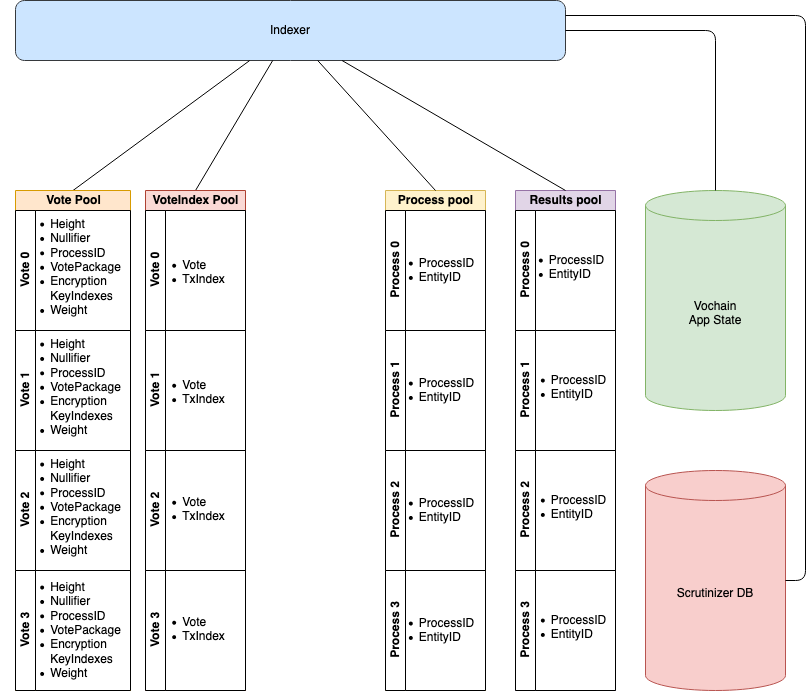
Earlier version of the draw.io export docs/indexer-comp.png (vocdoni/design). Source tidied: cells renumbered, new cells last; positions are measured from the earlier drawing's top-left corner, leaving out a move shared by most shapes.
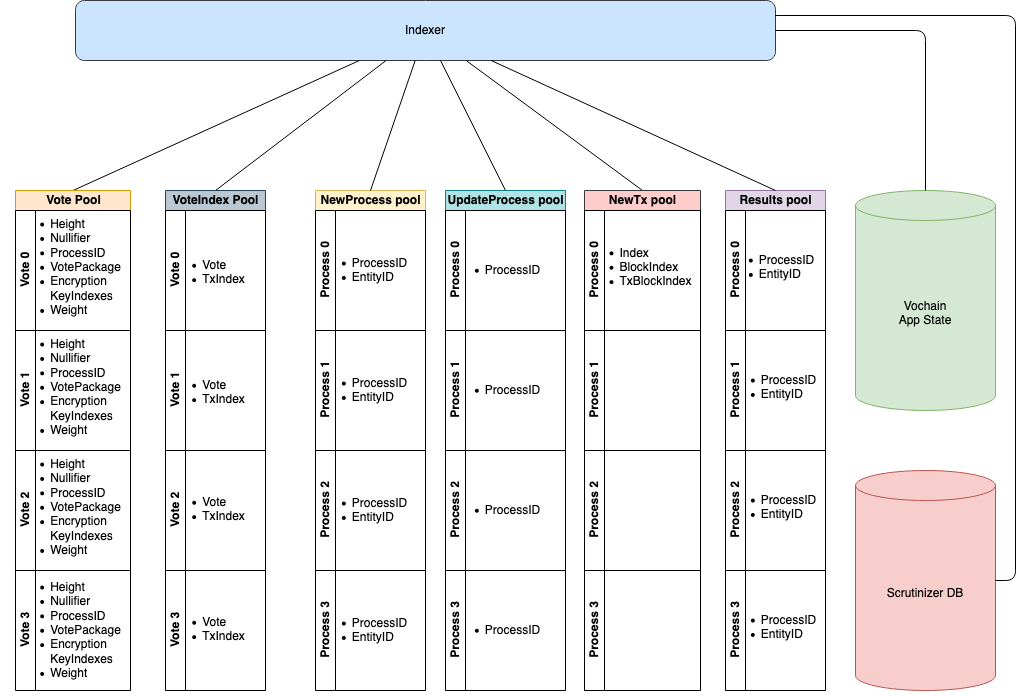
After the change.

The edit, as a diff of the source:
```diff
@@ -8,32 +8,32 @@
     <mxCell id="3" value="Scrutinizer DB" style="shape=cylinder3;whiteSpace=wrap;html=1;boundedLbl=1;backgroundOutline=1;size=15;fillColor=#f8cecc;strokeColor=#b85450;" parent="1" vertex="1">
       <mxGeometry x="645" y="470" width="140" height="220" as="geometry" />
     </mxCell>
-    <mxCell id="4" value="Process pool" style="swimlane;html=1;horizontal=1;startSize=20;fillColor=#fff2cc;strokeColor=#d6b656;" parent="1" vertex="1">
-      <mxGeometry x="385" y="190" width="100" height="500" as="geometry" />
+    <mxCell id="4" value="NewProcess pool" style="swimlane;html=1;horizontal=1;startSize=20;fillColor=#fff2cc;strokeColor=#d6b656;" parent="1" vertex="1">
+      <mxGeometry x="105" y="190" width="110" height="500" as="geometry" />
     </mxCell>
     <mxCell id="5" value="Process 0" style="swimlane;html=1;startSize=20;horizontal=0;" parent="4" vertex="1">
-      <mxGeometry y="20" width="100" height="120" as="geometry" />
+      <mxGeometry y="20" width="110" height="120" as="geometry" />
     </mxCell>
     <mxCell id="6" value="&lt;div&gt;&lt;ul&gt;&lt;li&gt;ProcessID&lt;/li&gt;&lt;li&gt;&lt;div align=&quot;justify&quot;&gt;EntityID&lt;/div&gt;&lt;/li&gt;&lt;/ul&gt;&lt;/div&gt;" style="text;html=1;align=center;verticalAlign=middle;" parent="5" vertex="1">
-      <mxGeometry x="-14" y="30" width="110" height="60" as="geometry" />
+      <mxGeometry x="-11" y="30" width="110" height="60" as="geometry" />
     </mxCell>
     <mxCell id="7" value="Process 1" style="swimlane;html=1;startSize=20;horizontal=0;" parent="4" vertex="1">
-      <mxGeometry y="140" width="100" height="120" as="geometry" />
+      <mxGeometry y="140" width="110" height="120" as="geometry" />
     </mxCell>
     <mxCell id="8" value="&lt;div&gt;&lt;ul&gt;&lt;li&gt;ProcessID&lt;/li&gt;&lt;li&gt;&lt;div align=&quot;justify&quot;&gt;EntityID&lt;/div&gt;&lt;/li&gt;&lt;/ul&gt;&lt;/div&gt;" style="text;html=1;align=center;verticalAlign=middle;" parent="7" vertex="1">
-      <mxGeometry x="-14" y="30" width="110" height="60" as="geometry" />
+      <mxGeometry x="-11" y="30" width="110" height="60" as="geometry" />
     </mxCell>
     <mxCell id="9" value="Process 2" style="swimlane;html=1;startSize=20;horizontal=0;" parent="4" vertex="1">
-      <mxGeometry y="260" width="100" height="120" as="geometry" />
+      <mxGeometry y="260" width="110" height="120" as="geometry" />
     </mxCell>
     <mxCell id="10" value="&lt;div&gt;&lt;ul&gt;&lt;li&gt;ProcessID&lt;/li&gt;&lt;li&gt;&lt;div align=&quot;justify&quot;&gt;EntityID&lt;/div&gt;&lt;/li&gt;&lt;/ul&gt;&lt;/div&gt;" style="text;html=1;align=center;verticalAlign=middle;" parent="9" vertex="1">
-      <mxGeometry x="-14" y="30" width="110" height="60" as="geometry" />
+      <mxGeometry x="-11" y="30" width="110" height="60" as="geometry" />
     </mxCell>
     <mxCell id="11" value="Process 3" style="swimlane;html=1;startSize=20;horizontal=0;" parent="4" vertex="1">
-      <mxGeometry y="380" width="100" height="120" as="geometry" />
+      <mxGeometry y="380" width="110" height="120" as="geometry" />
     </mxCell>
     <mxCell id="12" value="&lt;div&gt;&lt;ul&gt;&lt;li&gt;ProcessID&lt;/li&gt;&lt;li&gt;&lt;div align=&quot;justify&quot;&gt;EntityID&lt;/div&gt;&lt;/li&gt;&lt;/ul&gt;&lt;/div&gt;" style="text;html=1;align=center;verticalAlign=middle;" parent="11" vertex="1">
-      <mxGeometry x="-14" y="30" width="110" height="60" as="geometry" />
+      <mxGeometry x="-11" y="30" width="110" height="60" as="geometry" />
     </mxCell>
     <mxCell id="13" value="Results pool" style="swimlane;html=1;horizontal=1;startSize=20;fillColor=#e1d5e7;strokeColor=#9673a6;" parent="1" vertex="1">
       <mxGeometry x="515" y="190" width="100" height="500" as="geometry" />
@@ -63,7 +63,7 @@
       <mxGeometry x="-12" y="27" width="110" height="60" as="geometry" />
     </mxCell>
     <mxCell id="22" value="Indexer" style="rounded=1;whiteSpace=wrap;html=1;fillColor=#cce5ff;strokeColor=#36393d;" parent="1" vertex="1">
-      <mxGeometry x="15" width="550" height="60" as="geometry" />
+      <mxGeometry x="-135" width="700" height="60" as="geometry" />
     </mxCell>
     <mxCell id="23" style="endArrow=none;html=1;entryX=0.5;entryY=0;entryDx=0;entryDy=0;" parent="1" edge="1" source="22" target="4">
       <mxGeometry relative="1" as="geometry" />
@@ -84,38 +84,11 @@
         </Array>
       </mxGeometry>
     </mxCell>
-    <mxCell id="28" value="Vote Pool" style="swimlane;html=1;horizontal=1;startSize=20;fillColor=#ffe6cc;strokeColor=#d79b00;" parent="1" vertex="1">
-      <mxGeometry x="15" y="190" width="115" height="500" as="geometry" />
-    </mxCell>
-    <mxCell id="29" value="Vote 0" style="swimlane;html=1;startSize=20;horizontal=0;" parent="28" vertex="1">
-      <mxGeometry y="20" width="115" height="120" as="geometry" />
-    </mxCell>
-    <mxCell id="30" value="&lt;div align=&quot;justify&quot;&gt;&lt;ul&gt;&lt;li&gt;Height&lt;/li&gt;&lt;li&gt;Nullifier&lt;/li&gt;&lt;li&gt;ProcessID&lt;/li&gt;&lt;li&gt;VotePackage&lt;/li&gt;&lt;li&gt;Encryption &lt;br&gt;KeyIndexes&lt;/li&gt;&lt;li&gt;Weight&lt;/li&gt;&lt;/ul&gt;&lt;/div&gt;" style="text;html=1;align=center;verticalAlign=middle;" parent="29" vertex="1">
-      <mxGeometry x="-15" y="-8" width="130" height="130" as="geometry" />
-    </mxCell>
-    <mxCell id="31" value="Vote 1" style="swimlane;html=1;startSize=20;horizontal=0;" parent="28" vertex="1">
-      <mxGeometry y="140" width="115" height="120" as="geometry" />
-    </mxCell>
-    <mxCell id="32" value="&lt;div align=&quot;justify&quot;&gt;&lt;ul&gt;&lt;li&gt;Height&lt;/li&gt;&lt;li&gt;Nullifier&lt;/li&gt;&lt;li&gt;ProcessID&lt;/li&gt;&lt;li&gt;VotePackage&lt;/li&gt;&lt;li&gt;Encryption &lt;br&gt;KeyIndexes&lt;/li&gt;&lt;li&gt;Weight&lt;/li&gt;&lt;/ul&gt;&lt;/div&gt;" style="text;html=1;align=center;verticalAlign=middle;" parent="31" vertex="1">
-      <mxGeometry x="-15" y="-8" width="130" height="130" as="geometry" />
-    </mxCell>
-    <mxCell id="33" value="Vote 2" style="swimlane;html=1;startSize=20;horizontal=0;" parent="28" vertex="1">
-      <mxGeometry y="260" width="115" height="120" as="geometry" />
-    </mxCell>
-    <mxCell id="34" value="&lt;div align=&quot;justify&quot;&gt;&lt;ul&gt;&lt;li&gt;Height&lt;/li&gt;&lt;li&gt;Nullifier&lt;/li&gt;&lt;li&gt;ProcessID&lt;/li&gt;&lt;li&gt;VotePackage&lt;/li&gt;&lt;li&gt;Encryption &lt;br&gt;KeyIndexes&lt;/li&gt;&lt;li&gt;Weight&lt;/li&gt;&lt;/ul&gt;&lt;/div&gt;" style="text;html=1;align=center;verticalAlign=middle;" parent="33" vertex="1">
-      <mxGeometry x="-15" y="-8" width="130" height="130" as="geometry" />
-    </mxCell>
-    <mxCell id="35" value="Vote 3" style="swimlane;html=1;startSize=20;horizontal=0;" parent="28" vertex="1">
-      <mxGeometry y="380" width="115" height="120" as="geometry" />
-    </mxCell>
-    <mxCell id="36" value="&lt;div align=&quot;justify&quot;&gt;&lt;ul&gt;&lt;li&gt;Height&lt;/li&gt;&lt;li&gt;Nullifier&lt;/li&gt;&lt;li&gt;ProcessID&lt;/li&gt;&lt;li&gt;VotePackage&lt;/li&gt;&lt;li&gt;Encryption &lt;br&gt;KeyIndexes&lt;/li&gt;&lt;li&gt;Weight&lt;/li&gt;&lt;/ul&gt;&lt;/div&gt;" style="text;html=1;align=center;verticalAlign=middle;" parent="35" vertex="1">
-      <mxGeometry x="-15" y="-5" width="130" height="130" as="geometry" />
-    </mxCell>
     <mxCell id="37" style="rounded=0;jettySize=auto;html=1;exitX=0.5;exitY=0;exitDx=0;exitDy=0;endArrow=none;endFill=0;" parent="1" edge="1" source="38" target="22">
       <mxGeometry relative="1" as="geometry" />
     </mxCell>
-    <mxCell id="38" value="VoteIndex Pool" style="swimlane;html=1;horizontal=1;startSize=20;fillColor=#fad9d5;strokeColor=#ae4132;" parent="1" vertex="1">
-      <mxGeometry x="145" y="190" width="100" height="500" as="geometry" />
+    <mxCell id="38" value="VoteIndex Pool" style="swimlane;html=1;horizontal=1;startSize=20;fillColor=#bac8d3;strokeColor=#23445d;" parent="1" vertex="1">
+      <mxGeometry x="-45" y="190" width="100" height="500" as="geometry" />
     </mxCell>
     <mxCell id="39" value="Vote 0" style="swimlane;html=1;startSize=20;horizontal=0;" parent="38" vertex="1">
       <mxGeometry y="20" width="100" height="120" as="geometry" />
@@ -141,5 +114,83 @@
     <mxCell id="46" value="&lt;div align=&quot;justify&quot;&gt;&lt;br&gt;&lt;/div&gt;&lt;div align=&quot;justify&quot;&gt;&lt;ul&gt;&lt;li&gt;Vote&lt;/li&gt;&lt;li&gt;&lt;div&gt;TxIndex&lt;br&gt;&lt;/div&gt;&lt;/li&gt;&lt;/ul&gt;&lt;/div&gt;" style="text;html=1;align=center;verticalAlign=middle;" parent="45" vertex="1">
       <mxGeometry x="-12" y="17" width="100" height="70" as="geometry" />
     </mxCell>
+    <mxCell id="47" style="edgeStyle=none;rounded=0;jettySize=auto;html=1;exitX=0.5;exitY=0;exitDx=0;exitDy=0;endArrow=none;endFill=0;" parent="1" edge="1" source="48" target="22">
+      <mxGeometry relative="1" as="geometry" />
+    </mxCell>
+    <mxCell id="48" value="UpdateProcess pool" style="swimlane;html=1;horizontal=1;startSize=20;fillColor=#b0e3e6;strokeColor=#0e8088;" parent="1" vertex="1">
+      <mxGeometry x="235" y="190" width="120" height="500" as="geometry" />
+    </mxCell>
+    <mxCell id="49" value="Process 0" style="swimlane;html=1;startSize=20;horizontal=0;" parent="48" vertex="1">
+      <mxGeometry y="20" width="120" height="120" as="geometry" />
+    </mxCell>
+    <mxCell id="50" value="&lt;div&gt;&lt;ul&gt;&lt;li&gt;ProcessID&lt;/li&gt;&lt;/ul&gt;&lt;/div&gt;" style="text;html=1;align=center;verticalAlign=middle;" parent="49" vertex="1">
+      <mxGeometry x="-8" y="40" width="110" height="40" as="geometry" />
+    </mxCell>
+    <mxCell id="51" value="Process 1" style="swimlane;html=1;startSize=20;horizontal=0;" parent="48" vertex="1">
+      <mxGeometry y="140" width="120" height="120" as="geometry" />
+    </mxCell>
+    <mxCell id="52" value="&lt;div&gt;&lt;ul&gt;&lt;li&gt;ProcessID&lt;/li&gt;&lt;/ul&gt;&lt;/div&gt;" style="text;html=1;align=center;verticalAlign=middle;" parent="51" vertex="1">
+      <mxGeometry x="-8" y="40" width="110" height="40" as="geometry" />
+    </mxCell>
+    <mxCell id="53" value="Process 2" style="swimlane;html=1;startSize=20;horizontal=0;" parent="48" vertex="1">
+      <mxGeometry y="260" width="120" height="120" as="geometry" />
+    </mxCell>
+    <mxCell id="54" value="&lt;div&gt;&lt;ul&gt;&lt;li&gt;ProcessID&lt;/li&gt;&lt;/ul&gt;&lt;/div&gt;" style="text;html=1;align=center;verticalAlign=middle;" parent="53" vertex="1">
+      <mxGeometry x="-8" y="40" width="110" height="40" as="geometry" />
+    </mxCell>
+    <mxCell id="55" value="Process 3" style="swimlane;html=1;startSize=20;horizontal=0;" parent="48" vertex="1">
+      <mxGeometry y="380" width="120" height="120" as="geometry" />
+    </mxCell>
+    <mxCell id="56" value="&lt;div&gt;&lt;ul&gt;&lt;li&gt;ProcessID&lt;/li&gt;&lt;/ul&gt;&lt;/div&gt;" style="text;html=1;align=center;verticalAlign=middle;" parent="55" vertex="1">
+      <mxGeometry x="-8" y="40" width="110" height="40" as="geometry" />
+    </mxCell>
+    <mxCell id="57" style="edgeStyle=none;rounded=0;jettySize=auto;html=1;exitX=0.5;exitY=0;exitDx=0;exitDy=0;endArrow=none;endFill=0;" parent="1" edge="1" source="58" target="22">
+      <mxGeometry relative="1" as="geometry" />
+    </mxCell>
+    <mxCell id="58" value="NewTx pool" style="swimlane;html=1;horizontal=1;startSize=20;fillColor=#ffcccc;strokeColor=#36393d;" parent="1" vertex="1">
+      <mxGeometry x="374" y="190" width="116" height="500" as="geometry" />
+    </mxCell>
+    <mxCell id="59" value="Process 0" style="swimlane;html=1;startSize=20;horizontal=0;" parent="58" vertex="1">
+      <mxGeometry y="20" width="116" height="120" as="geometry" />
+    </mxCell>
+    <mxCell id="60" value="&lt;div align=&quot;justify&quot;&gt;&lt;ul&gt;&lt;li&gt;Index&lt;br&gt;&lt;/li&gt;&lt;li&gt;BlockIndex&lt;/li&gt;&lt;li&gt;&lt;div&gt;TxBlockIndex&lt;br&gt;&lt;/div&gt;&lt;/li&gt;&lt;/ul&gt;&lt;/div&gt;" style="text;html=1;align=center;verticalAlign=middle;" parent="59" vertex="1">
+      <mxGeometry x="-14" y="22" width="130" height="70" as="geometry" />
+    </mxCell>
+    <mxCell id="61" value="Process 1" style="swimlane;html=1;startSize=20;horizontal=0;" parent="58" vertex="1">
+      <mxGeometry y="140" width="116" height="120" as="geometry" />
+    </mxCell>
+    <mxCell id="62" value="Process 2" style="swimlane;html=1;startSize=20;horizontal=0;" parent="58" vertex="1">
+      <mxGeometry y="260" width="116" height="120" as="geometry" />
+    </mxCell>
+    <mxCell id="63" value="Process 3" style="swimlane;html=1;startSize=20;horizontal=0;" parent="58" vertex="1">
+      <mxGeometry y="380" width="116" height="120" as="geometry" />
+    </mxCell>
+    <mxCell id="28" value="Vote Pool" style="swimlane;html=1;horizontal=1;startSize=20;fillColor=#ffe6cc;strokeColor=#d79b00;" parent="1" vertex="1">
+      <mxGeometry x="-195" y="190" width="115" height="500" as="geometry" />
+    </mxCell>
+    <mxCell id="29" value="Vote 0" style="swimlane;html=1;startSize=20;horizontal=0;" parent="28" vertex="1">
+      <mxGeometry y="20" width="115" height="120" as="geometry" />
+    </mxCell>
+    <mxCell id="30" value="&lt;div align=&quot;justify&quot;&gt;&lt;ul&gt;&lt;li&gt;Height&lt;/li&gt;&lt;li&gt;Nullifier&lt;/li&gt;&lt;li&gt;ProcessID&lt;/li&gt;&lt;li&gt;VotePackage&lt;/li&gt;&lt;li&gt;Encryption &lt;br&gt;KeyIndexes&lt;/li&gt;&lt;li&gt;Weight&lt;/li&gt;&lt;/ul&gt;&lt;/div&gt;" style="text;html=1;align=center;verticalAlign=middle;" parent="29" vertex="1">
+      <mxGeometry x="-15" y="-8" width="130" height="130" as="geometry" />
+    </mxCell>
+    <mxCell id="31" value="Vote 1" style="swimlane;html=1;startSize=20;horizontal=0;" parent="28" vertex="1">
+      <mxGeometry y="140" width="115" height="120" as="geometry" />
+    </mxCell>
+    <mxCell id="32" value="&lt;div align=&quot;justify&quot;&gt;&lt;ul&gt;&lt;li&gt;Height&lt;/li&gt;&lt;li&gt;Nullifier&lt;/li&gt;&lt;li&gt;ProcessID&lt;/li&gt;&lt;li&gt;VotePackage&lt;/li&gt;&lt;li&gt;Encryption &lt;br&gt;KeyIndexes&lt;/li&gt;&lt;li&gt;Weight&lt;/li&gt;&lt;/ul&gt;&lt;/div&gt;" style="text;html=1;align=center;verticalAlign=middle;" parent="31" vertex="1">
+      <mxGeometry x="-15" y="-8" width="130" height="130" as="geometry" />
+    </mxCell>
+    <mxCell id="33" value="Vote 2" style="swimlane;html=1;startSize=20;horizontal=0;" parent="28" vertex="1">
+      <mxGeometry y="260" width="115" height="120" as="geometry" />
+    </mxCell>
+    <mxCell id="34" value="&lt;div align=&quot;justify&quot;&gt;&lt;ul&gt;&lt;li&gt;Height&lt;/li&gt;&lt;li&gt;Nullifier&lt;/li&gt;&lt;li&gt;ProcessID&lt;/li&gt;&lt;li&gt;VotePackage&lt;/li&gt;&lt;li&gt;Encryption &lt;br&gt;KeyIndexes&lt;/li&gt;&lt;li&gt;Weight&lt;/li&gt;&lt;/ul&gt;&lt;/div&gt;" style="text;html=1;align=center;verticalAlign=middle;" parent="33" vertex="1">
+      <mxGeometry x="-15" y="-8" width="130" height="130" as="geometry" />
+    </mxCell>
+    <mxCell id="35" value="Vote 3" style="swimlane;html=1;startSize=20;horizontal=0;" parent="28" vertex="1">
+      <mxGeometry y="380" width="115" height="120" as="geometry" />
+    </mxCell>
+    <mxCell id="36" value="&lt;div align=&quot;justify&quot;&gt;&lt;ul&gt;&lt;li&gt;Height&lt;/li&gt;&lt;li&gt;Nullifier&lt;/li&gt;&lt;li&gt;ProcessID&lt;/li&gt;&lt;li&gt;VotePackage&lt;/li&gt;&lt;li&gt;Encryption &lt;br&gt;KeyIndexes&lt;/li&gt;&lt;li&gt;Weight&lt;/li&gt;&lt;/ul&gt;&lt;/div&gt;" style="text;html=1;align=center;verticalAlign=middle;" parent="35" vertex="1">
+      <mxGeometry x="-15" y="-5" width="130" height="130" as="geometry" />
+    </mxCell>
   </root>
 </mxGraphModel>
```
